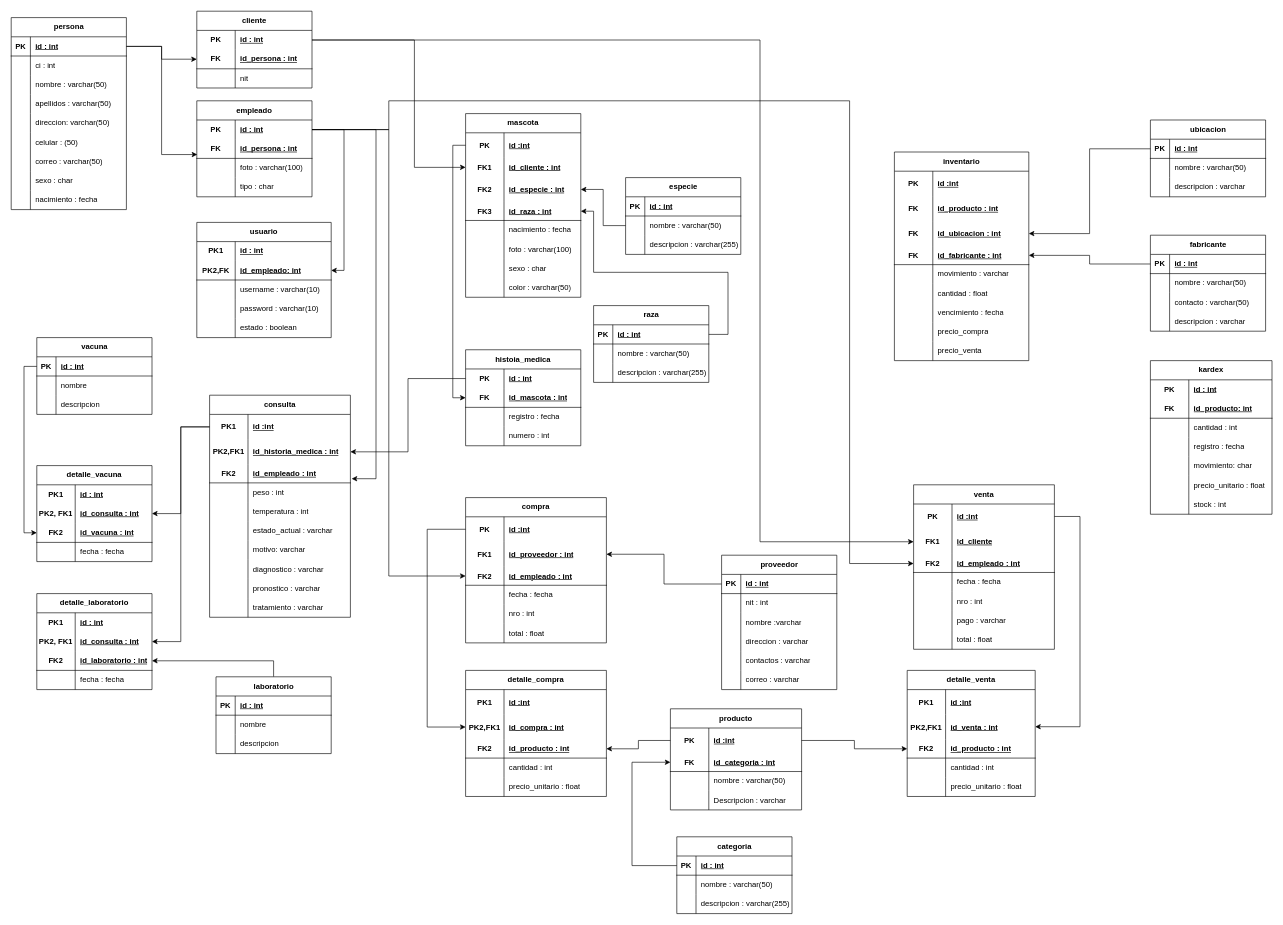
This is page "Page-1" (1 of 2) of Diagrama sin título.drawio from szubelza93/software, a draw.io file, before an edit. Source tidied: cells renumbered, new cells numbered last; positions are measured from the earlier drawing's top-left corner, leaving out a move shared by most shapes. Both pictures are drawn from the tidied source at 64%, with x=0, y=0 at pixel (11, 11).
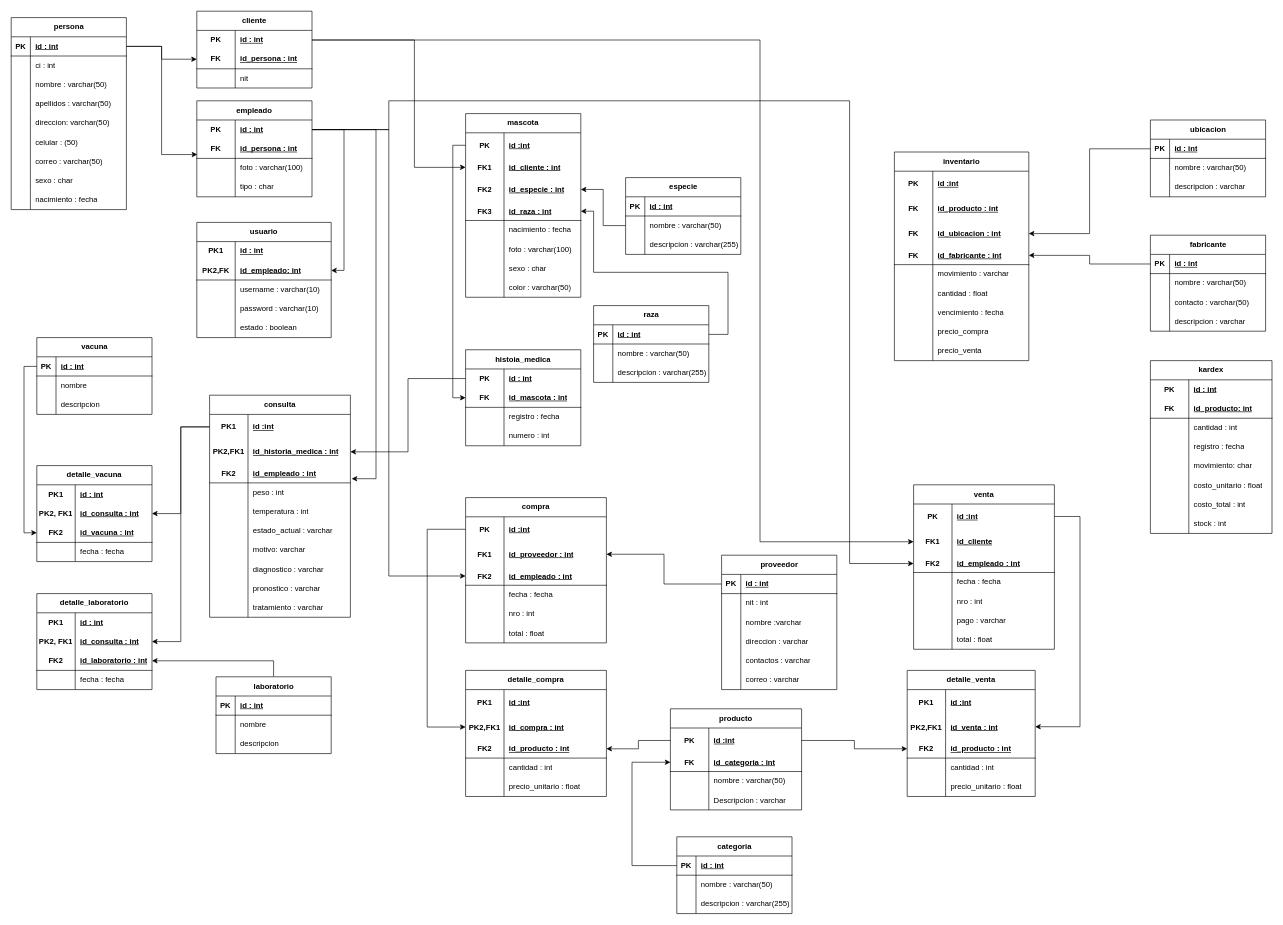
The same page after the edit.

The change refers to these unchanged cells:
```xml
<mxCell id="410" style="shape=tableRow;horizontal=0;startSize=0;swimlaneHead=0;swimlaneBody=0;fillColor=none;top=0;left=0;right=0;bottom=0;html=1;" parent="394" vertex="1">
  <mxGeometry y="180" width="190" height="30" as="geometry" />
</mxCell>
```

Diff of the diagram source:
```diff
@@
     <mxCell id="394" value="kardex" style="shape=table;startSize=30;childLayout=tableLayout;rowLines=0;fontStyle=1;align=center;html=1;whiteSpace=wrap;" parent="1" vertex="1">
-      <mxGeometry x="1780" y="546" width="190" height="240" as="geometry" />
+      <mxGeometry x="1780" y="546" width="190" height="270" as="geometry" />
     </mxCell>
@@
-    <mxCell id="412" value="precio_unitario : float" style="shape=partialRectangle;fillColor=none;top=0;left=0;bottom=0;right=0;align=left;spacingLeft=6;overflow=hidden;html=1;whiteSpace=wrap;" parent="410" vertex="1">
+    <mxCell id="412" value="costo_unitario : float" style="shape=partialRectangle;fillColor=none;top=0;left=0;bottom=0;right=0;align=left;spacingLeft=6;overflow=hidden;html=1;whiteSpace=wrap;" parent="410" vertex="1">
       <mxGeometry x="60" width="130" height="30" as="geometry" />
     </mxCell>
+    <mxCell id="416" style="shape=tableRow;horizontal=0;startSize=0;swimlaneHead=0;swimlaneBody=0;fillColor=none;top=0;left=0;right=0;bottom=0;html=1;" parent="394" vertex="1">
+      <mxGeometry y="210" width="190" height="30" as="geometry" />
+    </mxCell>
+    <mxCell id="417" style="shape=partialRectangle;fillColor=none;top=0;left=0;bottom=0;right=0;overflow=hidden;html=1;whiteSpace=wrap;" parent="416" vertex="1">
+      <mxGeometry width="60" height="30" as="geometry" />
+    </mxCell>
+    <mxCell id="418" value="costo_total : int" style="shape=partialRectangle;fillColor=none;top=0;left=0;bottom=0;right=0;align=left;spacingLeft=6;overflow=hidden;html=1;whiteSpace=wrap;" parent="416" vertex="1">
+      <mxGeometry x="60" width="130" height="30" as="geometry" />
+    </mxCell>
     <mxCell id="413" style="shape=tableRow;horizontal=0;startSize=0;swimlaneHead=0;swimlaneBody=0;fillColor=none;top=0;left=0;right=0;bottom=0;html=1;" parent="394" vertex="1">
-      <mxGeometry y="210" width="190" height="30" as="geometry" />
+      <mxGeometry y="240" width="190" height="30" as="geometry" />
     </mxCell>
```
